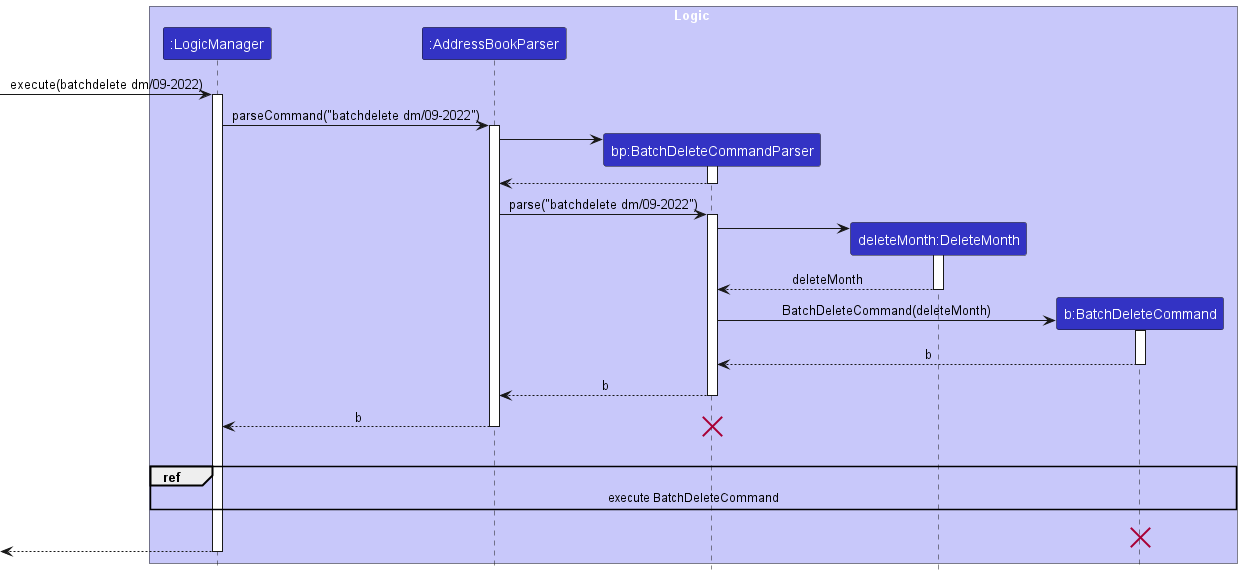
Before: docs/images/BatchDeleteSequenceDiagram1.png, a diagram exported from PlantUML (nus-cs2103-AY2324S1/tp).
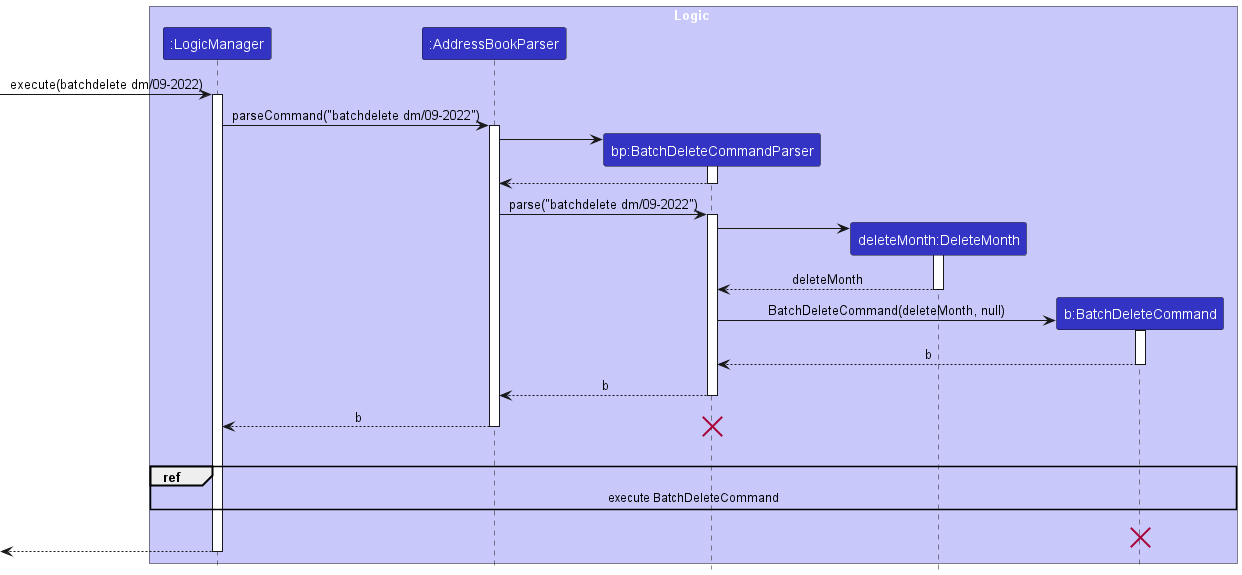
After the commit.

The edit, as a diff of the source:
```diff
@@ -32,7 +32,7 @@
 deactivate DeleteMonth
 
 create BatchDeleteCommand
-BatchDeleteCommandParser -> BatchDeleteCommand : BatchDeleteCommand(deleteMonth)
+BatchDeleteCommandParser -> BatchDeleteCommand : BatchDeleteCommand(deleteMonth, null)
 activate BatchDeleteCommand
 
 BatchDeleteCommand --> BatchDeleteCommandParser : b
```
